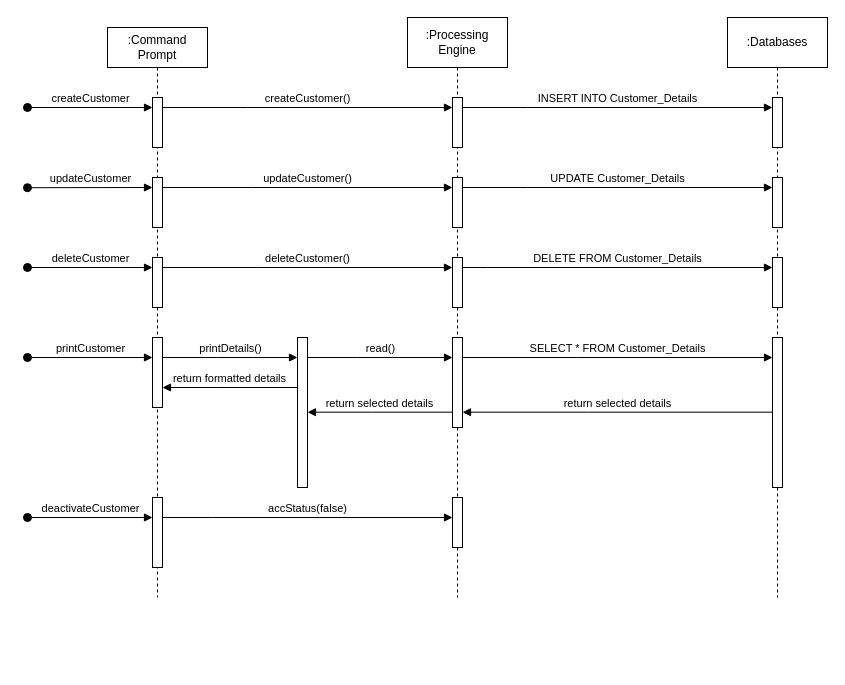
This is page "Customer" (1 of 7) of Architecture/sequence_diagram.drawio from NataliaPalej/Newsagent-Project, a draw.io file, before an edit. Source tidied: cells renumbered, new cells numbered last; positions are measured from the earlier drawing's top-left corner, leaving out a move shared by most shapes. Both pictures are drawn from the tidied source at 100%, with x=0, y=0 at pixel (27, 17).
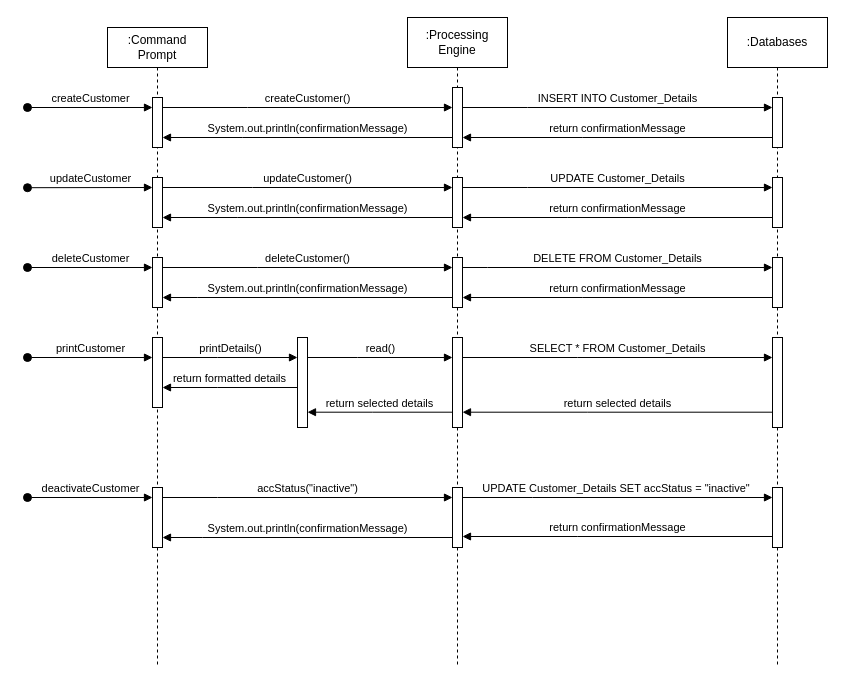
The same diagram, later.

Commit message:
finished customer tab of sequence_diagram.drawio

Unchanged cells that the change refers to:
```xml
<mxCell id="3" style="html=1;points=[];perimeter=orthogonalPerimeter;outlineConnect=0;targetShapes=umlLifeline;portConstraint=eastwest;newEdgeStyle={&quot;edgeStyle&quot;:&quot;elbowEdgeStyle&quot;,&quot;elbow&quot;:&quot;vertical&quot;,&quot;curved&quot;:0,&quot;rounded&quot;:0};" parent="2" vertex="1">
  <mxGeometry x="45" y="70" width="10" height="50" as="geometry" />
</mxCell>
<mxCell id="5" style="html=1;points=[];perimeter=orthogonalPerimeter;outlineConnect=0;targetShapes=umlLifeline;portConstraint=eastwest;newEdgeStyle={&quot;edgeStyle&quot;:&quot;elbowEdgeStyle&quot;,&quot;elbow&quot;:&quot;vertical&quot;,&quot;curved&quot;:0,&quot;rounded&quot;:0};" parent="2" vertex="1">
  <mxGeometry x="45" y="150" width="10" height="50" as="geometry" />
</mxCell>
<mxCell id="6" style="html=1;points=[];perimeter=orthogonalPerimeter;outlineConnect=0;targetShapes=umlLifeline;portConstraint=eastwest;newEdgeStyle={&quot;edgeStyle&quot;:&quot;elbowEdgeStyle&quot;,&quot;elbow&quot;:&quot;vertical&quot;,&quot;curved&quot;:0,&quot;rounded&quot;:0};" parent="2" vertex="1">
  <mxGeometry x="45" y="230" width="10" height="50" as="geometry" />
</mxCell>
<mxCell id="11" style="html=1;points=[];perimeter=orthogonalPerimeter;outlineConnect=0;targetShapes=umlLifeline;portConstraint=eastwest;newEdgeStyle={&quot;edgeStyle&quot;:&quot;elbowEdgeStyle&quot;,&quot;elbow&quot;:&quot;vertical&quot;,&quot;curved&quot;:0,&quot;rounded&quot;:0};" parent="9" vertex="1">
  <mxGeometry x="45" y="160" width="10" height="50" as="geometry" />
</mxCell>
<mxCell id="12" style="html=1;points=[];perimeter=orthogonalPerimeter;outlineConnect=0;targetShapes=umlLifeline;portConstraint=eastwest;newEdgeStyle={&quot;edgeStyle&quot;:&quot;elbowEdgeStyle&quot;,&quot;elbow&quot;:&quot;vertical&quot;,&quot;curved&quot;:0,&quot;rounded&quot;:0};" parent="9" vertex="1">
  <mxGeometry x="45" y="240" width="10" height="50" as="geometry" />
</mxCell>
<mxCell id="17" style="html=1;points=[];perimeter=orthogonalPerimeter;outlineConnect=0;targetShapes=umlLifeline;portConstraint=eastwest;newEdgeStyle={&quot;edgeStyle&quot;:&quot;elbowEdgeStyle&quot;,&quot;elbow&quot;:&quot;vertical&quot;,&quot;curved&quot;:0,&quot;rounded&quot;:0};" parent="16" vertex="1">
  <mxGeometry x="45" y="80" width="10" height="50" as="geometry" />
</mxCell>
<mxCell id="19" style="html=1;points=[];perimeter=orthogonalPerimeter;outlineConnect=0;targetShapes=umlLifeline;portConstraint=eastwest;newEdgeStyle={&quot;edgeStyle&quot;:&quot;elbowEdgeStyle&quot;,&quot;elbow&quot;:&quot;vertical&quot;,&quot;curved&quot;:0,&quot;rounded&quot;:0};" parent="16" vertex="1">
  <mxGeometry x="45" y="240" width="10" height="50" as="geometry" />
</mxCell>
```

Diff of the diagram source:
```diff
@@
     <mxCell id="2" value=":Command Prompt" style="shape=umlLifeline;perimeter=lifelinePerimeter;whiteSpace=wrap;html=1;newEdgeStyle={&quot;edgeStyle&quot;:&quot;elbowEdgeStyle&quot;,&quot;elbow&quot;:&quot;vertical&quot;,&quot;curved&quot;:0,&quot;rounded&quot;:0};" parent="1" vertex="1">
-      <mxGeometry x="80" y="10" width="100" height="570" as="geometry" />
+      <mxGeometry x="80" y="10" width="100" height="640" as="geometry" />
     </mxCell>
@@
     <mxCell id="8" style="html=1;points=[];perimeter=orthogonalPerimeter;outlineConnect=0;targetShapes=umlLifeline;portConstraint=eastwest;newEdgeStyle={&quot;edgeStyle&quot;:&quot;elbowEdgeStyle&quot;,&quot;elbow&quot;:&quot;vertical&quot;,&quot;curved&quot;:0,&quot;rounded&quot;:0};" parent="2" vertex="1">
-      <mxGeometry x="45" y="470" width="10" height="70" as="geometry" />
+      <mxGeometry x="45" y="460" width="10" height="60" as="geometry" />
     </mxCell>
     <mxCell id="9" value=":Processing Engine" style="shape=umlLifeline;perimeter=lifelinePerimeter;whiteSpace=wrap;html=1;newEdgeStyle={&quot;edgeStyle&quot;:&quot;elbowEdgeStyle&quot;,&quot;elbow&quot;:&quot;vertical&quot;,&quot;curved&quot;:0,&quot;rounded&quot;:0};size=50;" parent="1" vertex="1">
-      <mxGeometry x="380" width="100" height="580" as="geometry" />
+      <mxGeometry x="380" width="100" height="650" as="geometry" />
     </mxCell>
     <mxCell id="10" style="html=1;points=[];perimeter=orthogonalPerimeter;outlineConnect=0;targetShapes=umlLifeline;portConstraint=eastwest;newEdgeStyle={&quot;edgeStyle&quot;:&quot;elbowEdgeStyle&quot;,&quot;elbow&quot;:&quot;vertical&quot;,&quot;curved&quot;:0,&quot;rounded&quot;:0};" parent="9" vertex="1">
-      <mxGeometry x="45" y="80" width="10" height="50" as="geometry" />
+      <mxGeometry x="45" y="70" width="10" height="60" as="geometry" />
     </mxCell>
@@
     <mxCell id="14" style="html=1;points=[];perimeter=orthogonalPerimeter;outlineConnect=0;targetShapes=umlLifeline;portConstraint=eastwest;newEdgeStyle={&quot;edgeStyle&quot;:&quot;elbowEdgeStyle&quot;,&quot;elbow&quot;:&quot;vertical&quot;,&quot;curved&quot;:0,&quot;rounded&quot;:0};" parent="9" vertex="1">
-      <mxGeometry x="45" y="480" width="10" height="50" as="geometry" />
+      <mxGeometry x="45" y="470" width="10" height="60" as="geometry" />
     </mxCell>
@@
     <mxCell id="16" value=":Databases" style="shape=umlLifeline;perimeter=lifelinePerimeter;whiteSpace=wrap;html=1;newEdgeStyle={&quot;edgeStyle&quot;:&quot;elbowEdgeStyle&quot;,&quot;elbow&quot;:&quot;vertical&quot;,&quot;curved&quot;:0,&quot;rounded&quot;:0};size=50;" parent="1" vertex="1">
-      <mxGeometry x="700" width="100" height="580" as="geometry" />
+      <mxGeometry x="700" width="100" height="650" as="geometry" />
     </mxCell>
@@
     <mxCell id="20" style="html=1;points=[];perimeter=orthogonalPerimeter;outlineConnect=0;targetShapes=umlLifeline;portConstraint=eastwest;newEdgeStyle={&quot;edgeStyle&quot;:&quot;elbowEdgeStyle&quot;,&quot;elbow&quot;:&quot;vertical&quot;,&quot;curved&quot;:0,&quot;rounded&quot;:0};" parent="16" vertex="1">
-      <mxGeometry x="45" y="320" width="10" height="150" as="geometry" />
+      <mxGeometry x="45" y="320" width="10" height="90" as="geometry" />
     </mxCell>
+    <mxCell id="38" style="html=1;points=[];perimeter=orthogonalPerimeter;outlineConnect=0;targetShapes=umlLifeline;portConstraint=eastwest;newEdgeStyle={&quot;edgeStyle&quot;:&quot;elbowEdgeStyle&quot;,&quot;elbow&quot;:&quot;vertical&quot;,&quot;curved&quot;:0,&quot;rounded&quot;:0};" parent="16" vertex="1">
+      <mxGeometry x="45" y="470" width="10" height="60" as="geometry" />
+    </mxCell>
@@
     <mxCell id="30" style="html=1;points=[];perimeter=orthogonalPerimeter;outlineConnect=0;targetShapes=umlLifeline;portConstraint=eastwest;newEdgeStyle={&quot;edgeStyle&quot;:&quot;elbowEdgeStyle&quot;,&quot;elbow&quot;:&quot;vertical&quot;,&quot;curved&quot;:0,&quot;rounded&quot;:0};" parent="1" vertex="1">
-      <mxGeometry x="270" y="320" width="10" height="150" as="geometry" />
+      <mxGeometry x="270" y="320" width="10" height="90" as="geometry" />
     </mxCell>
@@
     <mxCell id="36" value="deactivateCustomer" style="html=1;verticalAlign=bottom;startArrow=oval;endArrow=block;startSize=8;edgeStyle=elbowEdgeStyle;elbow=vertical;curved=0;rounded=0;" parent="1" edge="1">
       <mxGeometry relative="1" as="geometry">
-        <mxPoint y="500" as="sourcePoint" />
-        <mxPoint x="125" y="500" as="targetPoint" />
+        <mxPoint y="480" as="sourcePoint" />
+        <mxPoint x="125" y="480" as="targetPoint" />
       </mxGeometry>
     </mxCell>
-    <mxCell id="37" value="accStatus(false)" style="html=1;verticalAlign=bottom;endArrow=block;edgeStyle=elbowEdgeStyle;elbow=vertical;curved=0;rounded=0;" parent="1" edge="1" target="14">
+    <mxCell id="37" value="accStatus(&quot;inactive&quot;)" style="html=1;verticalAlign=bottom;endArrow=block;edgeStyle=elbowEdgeStyle;elbow=vertical;curved=0;rounded=0;" parent="1" edge="1" source="8" target="14">
       <mxGeometry relative="1" as="geometry">
-        <mxPoint x="135" y="500" as="sourcePoint" />
         <Array as="points">
-          <mxPoint x="185" y="500" />
+          <mxPoint x="190" y="480" />
         </Array>
       </mxGeometry>
     </mxCell>
+    <mxCell id="39" value="return confirmationMessage" style="html=1;verticalAlign=bottom;endArrow=block;edgeStyle=elbowEdgeStyle;elbow=vertical;curved=0;rounded=0;" parent="1" edge="1" source="17" target="10">
+      <mxGeometry relative="1" as="geometry">
+        <Array as="points">
+          <mxPoint x="555.2" y="120" />
+        </Array>
+      </mxGeometry>
+    </mxCell>
+    <mxCell id="40" value="return confirmationMessage" style="html=1;verticalAlign=bottom;endArrow=block;edgeStyle=elbowEdgeStyle;elbow=vertical;curved=0;rounded=0;" parent="1" edge="1" source="19" target="12">
+      <mxGeometry relative="1" as="geometry">
+        <Array as="points">
+          <mxPoint x="555.2" y="280" />
+        </Array>
+      </mxGeometry>
+    </mxCell>
+    <mxCell id="41" value="System.out.println(confirmationMessage)" style="html=1;verticalAlign=bottom;endArrow=block;edgeStyle=elbowEdgeStyle;elbow=vertical;curved=0;rounded=0;" parent="1" edge="1" source="10" target="3">
+      <mxGeometry relative="1" as="geometry">
+        <Array as="points">
+          <mxPoint x="215.2" y="120" />
+        </Array>
+      </mxGeometry>
+    </mxCell>
+    <mxCell id="42" value="System.out.println(confirmationMessage)" style="html=1;verticalAlign=bottom;endArrow=block;edgeStyle=elbowEdgeStyle;elbow=vertical;curved=0;rounded=0;" parent="1" edge="1" source="11" target="5">
+      <mxGeometry relative="1" as="geometry">
+        <Array as="points">
+          <mxPoint x="210.2" y="200" />
+        </Array>
+      </mxGeometry>
+    </mxCell>
+    <mxCell id="43" value="System.out.println(confirmationMessage)" style="html=1;verticalAlign=bottom;endArrow=block;edgeStyle=elbowEdgeStyle;elbow=vertical;curved=0;rounded=0;" parent="1" edge="1" source="12" target="6">
+      <mxGeometry relative="1" as="geometry">
+        <Array as="points">
+          <mxPoint x="170.2" y="280" />
+        </Array>
+      </mxGeometry>
+    </mxCell>
+    <mxCell id="44" value="UPDATE Customer_Details SET accStatus = &quot;inactive&quot;&amp;nbsp;" style="html=1;verticalAlign=bottom;endArrow=block;edgeStyle=elbowEdgeStyle;elbow=vertical;curved=0;rounded=0;" parent="1" edge="1" source="14" target="38">
+      <mxGeometry relative="1" as="geometry">
+        <Array as="points">
+          <mxPoint x="505" y="480" />
+        </Array>
+      </mxGeometry>
+    </mxCell>
+    <mxCell id="45" value="return confirmationMessage" style="html=1;verticalAlign=bottom;endArrow=block;edgeStyle=elbowEdgeStyle;elbow=vertical;curved=0;rounded=0;" parent="1" edge="1">
+      <mxGeometry relative="1" as="geometry">
+        <mxPoint x="745" y="200" as="sourcePoint" />
+        <mxPoint x="435" y="200" as="targetPoint" />
+        <Array as="points">
+          <mxPoint x="540.2" y="200" />
+        </Array>
+      </mxGeometry>
+    </mxCell>
+    <mxCell id="46" value="return confirmationMessage" style="html=1;verticalAlign=bottom;endArrow=block;edgeStyle=elbowEdgeStyle;elbow=vertical;curved=0;rounded=0;" parent="1" edge="1" source="38" target="14">
+      <mxGeometry relative="1" as="geometry">
+        <Array as="points">
+          <mxPoint x="550.2" y="519" />
+        </Array>
+      </mxGeometry>
+    </mxCell>
+    <mxCell id="47" value="System.out.println(confirmationMessage)" style="html=1;verticalAlign=bottom;endArrow=block;edgeStyle=elbowEdgeStyle;elbow=vertical;curved=0;rounded=0;" parent="1" edge="1" source="14" target="8">
+      <mxGeometry relative="1" as="geometry">
+        <Array as="points">
+          <mxPoint x="175.2" y="520" />
+        </Array>
+      </mxGeometry>
+    </mxCell>
```
